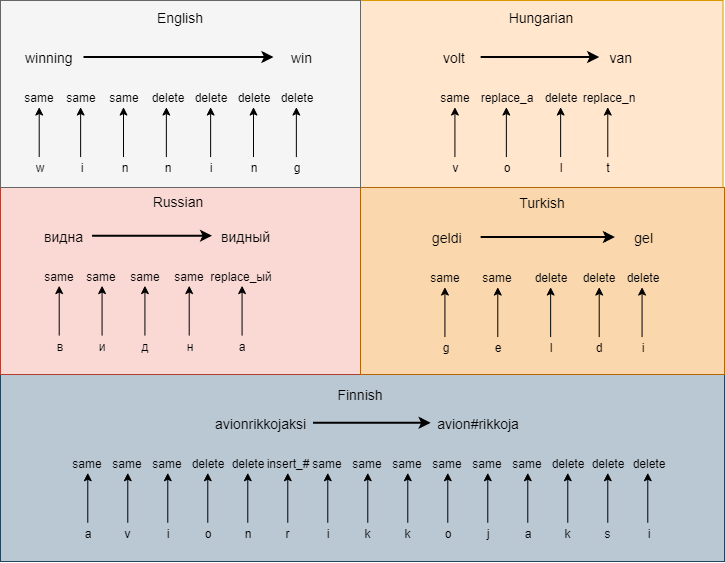
This is assets/lemma transformation.png from erayyildiz/Morpheus, a draw.io export, as it was before one commit. Source tidied: cells renumbered, new cells last; positions are measured from the earlier drawing's top-left corner, leaving out a move shared by most shapes.
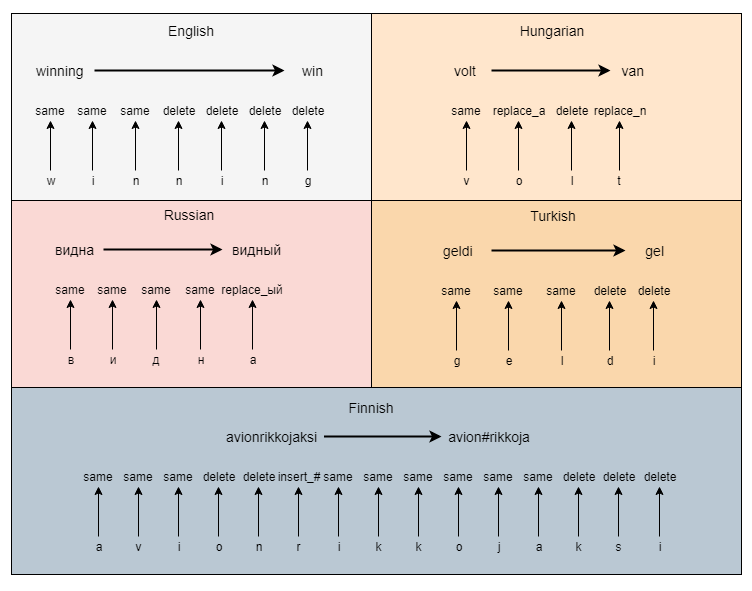
Above is the later version.

Change to the diagram source:
```diff
@@ -2,19 +2,22 @@
   <root>
     <mxCell id="0" />
     <mxCell id="1" parent="0" />
+    <mxCell id="149" style="rounded=0;whiteSpace=wrap;html=1;dashed=1;dashPattern=1 1;strokeColor=none;align=center;" parent="1" vertex="1">
+      <mxGeometry x="-11" y="-13" width="751" height="590" as="geometry" />
+    </mxCell>
-    <mxCell id="2" style="rounded=0;whiteSpace=wrap;html=1;align=left;fillColor=#ffe6cc;strokeColor=#d79b00;" parent="1" vertex="1">
-      <mxGeometry x="358.5" width="364" height="187" as="geometry" />
+    <mxCell id="2" style="rounded=0;whiteSpace=wrap;html=1;align=left;fillColor=#ffe6cc;strokeColor=#000000;" parent="1" vertex="1">
+      <mxGeometry x="359" width="371" height="187" as="geometry" />
     </mxCell>
-    <mxCell id="3" style="rounded=0;whiteSpace=wrap;html=1;align=left;fillColor=#bac8d3;strokeColor=#23445d;" parent="1" vertex="1">
-      <mxGeometry y="374" width="724" height="187" as="geometry" />
+    <mxCell id="3" style="rounded=0;whiteSpace=wrap;html=1;align=left;fillColor=#bac8d3;strokeColor=#000000;" parent="1" vertex="1">
+      <mxGeometry y="374" width="730" height="187" as="geometry" />
     </mxCell>
-    <mxCell id="4" style="rounded=0;whiteSpace=wrap;html=1;align=left;fillColor=#fad9d5;strokeColor=#ae4132;" parent="1" vertex="1">
+    <mxCell id="4" style="rounded=0;whiteSpace=wrap;html=1;align=left;fillColor=#fad9d5;strokeColor=#000000;" parent="1" vertex="1">
       <mxGeometry y="187" width="360" height="187" as="geometry" />
     </mxCell>
-    <mxCell id="5" style="rounded=0;whiteSpace=wrap;html=1;align=left;fillColor=#fad7ac;strokeColor=#b46504;" parent="1" vertex="1">
-      <mxGeometry x="360" y="187" width="364" height="187" as="geometry" />
+    <mxCell id="5" style="rounded=0;whiteSpace=wrap;html=1;align=left;fillColor=#fad7ac;strokeColor=#000000;" parent="1" vertex="1">
+      <mxGeometry x="360" y="187" width="370" height="187" as="geometry" />
     </mxCell>
-    <mxCell id="6" style="rounded=0;whiteSpace=wrap;html=1;align=left;fillColor=#f5f5f5;strokeColor=#666666;fontColor=#333333;" parent="1" vertex="1">
+    <mxCell id="6" style="rounded=0;whiteSpace=wrap;html=1;align=left;fillColor=#f5f5f5;strokeColor=#000000;fontColor=#333333;" parent="1" vertex="1">
       <mxGeometry width="360" height="187" as="geometry" />
     </mxCell>
     <mxCell id="7" style="group;" parent="1" vertex="1">
@@ -104,7 +107,7 @@
     <mxCell id="35" style="edgeStyle=orthogonalEdgeStyle;rounded=0;jettySize=auto;html=1;exitX=0.5;exitY=0;exitDx=0;exitDy=0;entryX=0.5;entryY=1;entryDx=0;entryDy=0;" parent="24" edge="1" source="29" target="34">
       <mxGeometry relative="1" as="geometry" />
     </mxCell>
-    <mxCell id="36" value="delete" style="text;html=1;strokeColor=none;fillColor=none;align=center;verticalAlign=middle;whiteSpace=wrap;rounded=0;" parent="24" vertex="1">
+    <mxCell id="36" value="same&lt;br&gt;" style="text;html=1;strokeColor=none;fillColor=none;align=center;verticalAlign=middle;whiteSpace=wrap;rounded=0;" parent="24" vertex="1">
       <mxGeometry x="110" y="60" width="20" height="20" as="geometry" />
     </mxCell>
     <mxCell id="37" style="edgeStyle=orthogonalEdgeStyle;rounded=0;jettySize=auto;html=1;exitX=0.5;exitY=0;exitDx=0;exitDy=0;entryX=0.5;entryY=1;entryDx=0;entryDy=0;" parent="24" edge="1" source="30" target="36">
```
